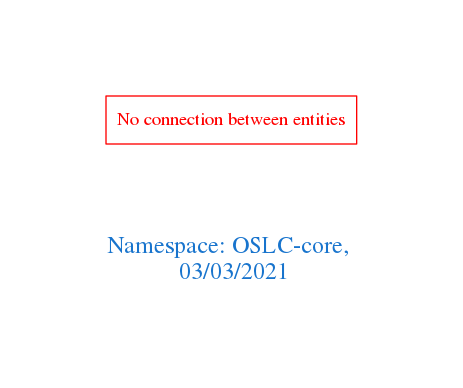
Before: downloads/OSLC-core.png, a diagram exported from Graphviz (arago/OGIT). Its source is kept beside it as downloads/OSLC-core.dot.
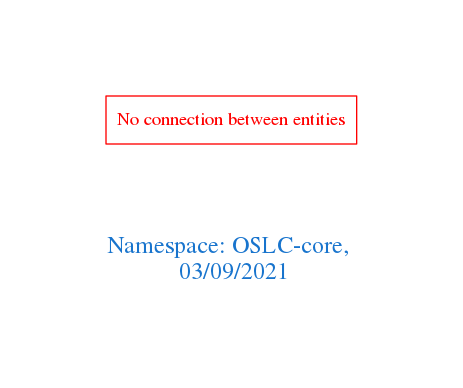
After the change.

Change to the diagram source:
```diff
@@ -1,7 +1,7 @@
 digraph OGIT_ontology {
  graph [ rankdir= LR,pad=1
 fontsize = 18,
-fontcolor= dodgerblue3,label = "\n\n\nNamespace: OSLC-core, \n 03/03/2021"];
+fontcolor= dodgerblue3,label = "\n\n\nNamespace: OSLC-core, \n 03/09/2021"];
 node[shape=polygon];
 edge [  color="gray81"];
 
```
